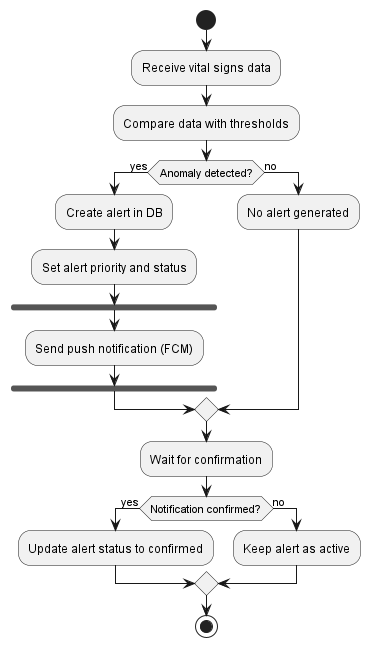
The PlantUML diagram out/chapter6/diagrams/sprint_activity_diagram/sprint_activity_diagram.png in RachaZaibi/rapport, before a commit. Source of this version:
```plantuml
@startuml
start
:Receive vital signs data;
:Compare data with thresholds;

if (Anomaly detected?) then (yes)
  :Create alert in DB;
  :Set alert priority and status;
  fork
    :Send push notification (FCM);
  end fork
else (no)
  :No alert generated;
endif

:Wait for confirmation;
if (Notification confirmed?) then (yes)
  :Update alert status to confirmed;
else (no)
  :Keep alert as active;
endif

stop
@enduml
```
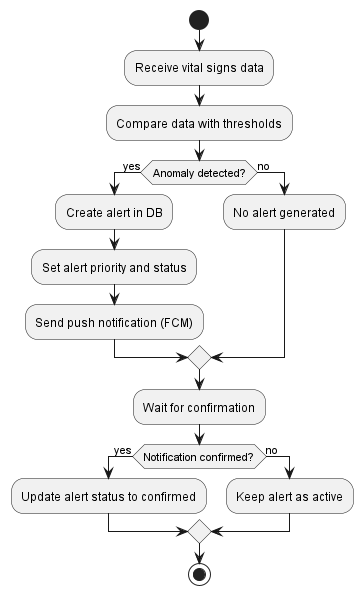
Later version of the same file.

The edit, as a diff of the source:
```diff
@@ -6,9 +6,7 @@
 if (Anomaly detected?) then (yes)
   :Create alert in DB;
   :Set alert priority and status;
-  fork
-    :Send push notification (FCM);
-  end fork
+  :Send push notification (FCM);
 else (no)
   :No alert generated;
 endif
```
